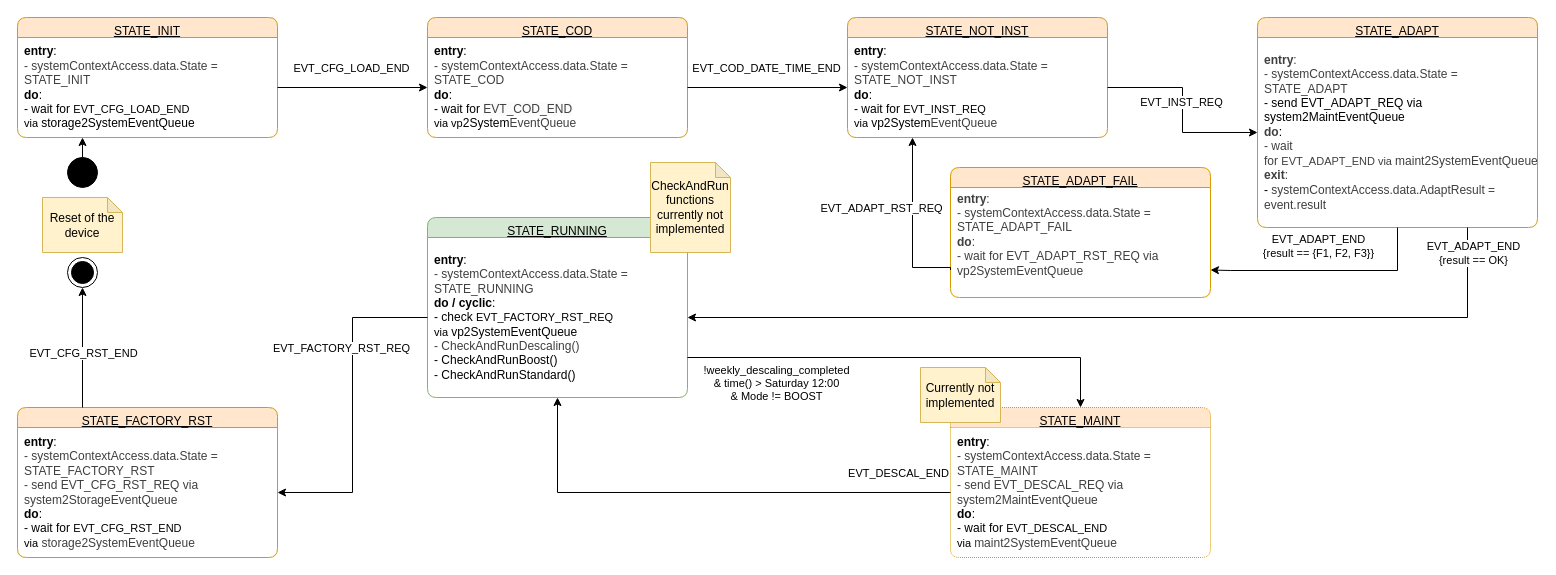
Above: software/diagrams/mt-rt-sw-system-task-state-machine.drawio in MiraTherm/miratherm-radiator-thermostat-documentation (draw.io), before the change. Source tidied: cells renumbered, new cells numbered last; positions are measured from the earlier drawing's top-left corner, leaving out a move shared by most shapes. Both pictures are drawn from the tidied source at 100%, with x=0, y=0 at pixel (17, 17).
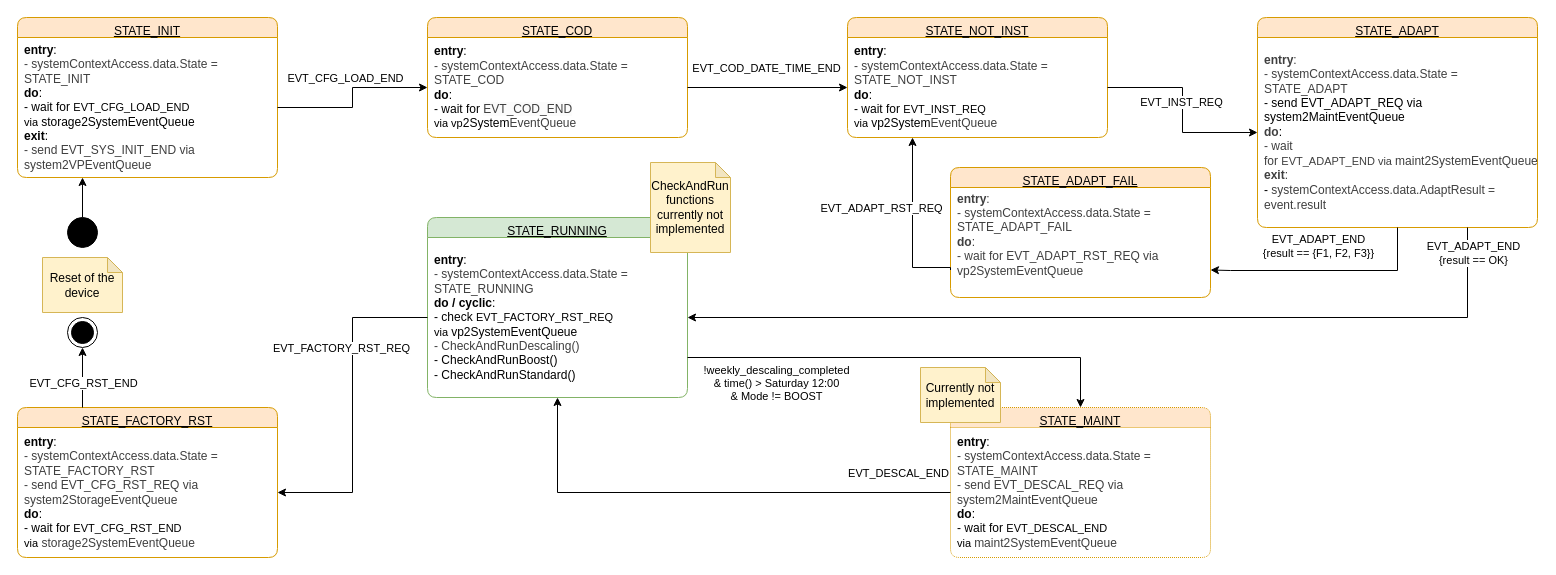
The same diagram, later.

Commit message:
:memo: Add missing exit-statement in STATE_INIT

Unchanged cells that the change refers to:
```xml
<mxCell id="18" value="STATE_FACTORY_RST" style="swimlane;fontStyle=4;align=center;verticalAlign=top;horizontal=1;startSize=20;html=1;rounded=1;absoluteArcSize=1;arcSize=18;whiteSpace=wrap;fillColor=#ffe6cc;strokeColor=#d79b00;" parent="1" vertex="1">
  <mxGeometry y="390" width="260" height="150" as="geometry" />
</mxCell>
<mxCell id="31" value="&lt;div&gt;&lt;b&gt;entry&lt;/b&gt;:&lt;br&gt;&lt;/div&gt;&lt;div&gt;&lt;span style=&quot;color: rgb(63, 63, 63);&quot;&gt;-&amp;nbsp;&lt;span style=&quot;color: rgb(63, 63, 63);&quot;&gt;systemContextAccess.data.State&lt;/span&gt;&amp;nbsp;= &lt;br&gt;STATE_COD&lt;/span&gt;&lt;br&gt;&lt;/div&gt;&lt;div&gt;&lt;b&gt;do&lt;/b&gt;:&lt;br&gt;- wait &lt;font&gt;for&amp;nbsp;&lt;span style=&quot;background-color: rgb(255, 255, 255); font-size: 11px; text-align: center; text-wrap-mode: nowrap; color: rgb(0, 0, 0);&quot;&gt;&lt;font&gt;&lt;span style=&quot;color: rgb(63, 63, 63); font-size: 12px; text-align: left; text-wrap-mode: wrap; background-color: rgb(251, 251, 251);&quot;&gt;EVT_COD_END&lt;/span&gt;&lt;br&gt;via&lt;/font&gt;&lt;/span&gt;&lt;span style=&quot;background-color: rgb(255, 255, 255); font-size: 11px; text-align: center; text-wrap-mode: nowrap; color: rgb(0, 0, 0);&quot;&gt;&amp;nbsp;vp&lt;/span&gt;&lt;/font&gt;&lt;span style=&quot;background-color: transparent;&quot;&gt;2System&lt;/span&gt;&lt;span style=&quot;color: rgb(63, 63, 63); background-color: transparent;&quot;&gt;Event&lt;/span&gt;&lt;span style=&quot;background-color: transparent; color: rgb(63, 63, 63);&quot;&gt;Queue&lt;/span&gt;&lt;/div&gt;" style="fillColor=none;strokeColor=none;align=left;verticalAlign=middle;spacingLeft=5;whiteSpace=wrap;html=1;" parent="30" vertex="1">
  <mxGeometry y="20" width="260" height="100" as="geometry" />
</mxCell>
```

What changed in the source:
```diff
@@
-    <mxCell id="2" value="STATE_INIT" style="swimlane;fontStyle=4;align=center;verticalAlign=top;horizontal=1;startSize=20;html=1;rounded=1;absoluteArcSize=1;arcSize=18;whiteSpace=wrap;fillColor=#ffe6cc;strokeColor=#d79b00;" parent="1" vertex="1">
-      <mxGeometry width="260" height="120" as="geometry" />
-    </mxCell>
-    <mxCell id="3" value="&lt;div&gt;&lt;b&gt;entry&lt;/b&gt;:&lt;br&gt;&lt;/div&gt;&lt;div&gt;&lt;span style=&quot;color: rgb(63, 63, 63);&quot;&gt;- systemContextAccess.data.State = STATE_INIT&lt;/span&gt;&lt;br&gt;&lt;/div&gt;&lt;div&gt;&lt;b&gt;do&lt;/b&gt;:&lt;br&gt;- wait &lt;font&gt;for&amp;nbsp;&lt;span style=&quot;background-color: rgb(255, 255, 255); font-size: 11px; text-align: center; text-wrap-mode: nowrap; color: rgb(0, 0, 0);&quot;&gt;&lt;font&gt;EVT_CFG_LOAD_END &lt;br&gt;via&lt;/font&gt;&lt;/span&gt;&lt;span style=&quot;background-color: rgb(255, 255, 255); font-size: 11px; text-align: center; text-wrap-mode: nowrap; color: rgb(0, 0, 0);&quot;&gt;&amp;nbsp;&lt;/span&gt;&lt;/font&gt;&lt;span style=&quot;background-color: transparent;&quot;&gt;&lt;font&gt;st&lt;/font&gt;orage2SystemEventQueue&lt;/span&gt;&lt;/div&gt;" style="fillColor=none;strokeColor=none;align=left;verticalAlign=middle;spacingLeft=5;whiteSpace=wrap;html=1;" parent="2" vertex="1">
-      <mxGeometry y="20" width="260" height="100" as="geometry" />
-    </mxCell>
-    <mxCell id="4" style="edgeStyle=orthogonalEdgeStyle;rounded=0;jettySize=auto;html=1;exitX=1;exitY=0.5;exitDx=0;exitDy=0;entryX=0;entryY=0.5;entryDx=0;entryDy=0;" parent="1" edge="1" source="3" target="31">
-      <mxGeometry relative="1" as="geometry" />
-    </mxCell>
+    <mxCell id="43" value="STATE_INIT" style="swimlane;fontStyle=4;align=center;verticalAlign=top;horizontal=1;startSize=20;html=1;rounded=1;absoluteArcSize=1;arcSize=18;whiteSpace=wrap;fillColor=#ffe6cc;strokeColor=#d79b00;" parent="1" vertex="1">
+      <mxGeometry width="260" height="160" as="geometry" />
+    </mxCell>
+    <mxCell id="44" value="&lt;div&gt;&lt;b&gt;entry&lt;/b&gt;:&lt;br&gt;&lt;/div&gt;&lt;div&gt;&lt;span style=&quot;color: rgb(63, 63, 63);&quot;&gt;- systemContextAccess.data.State = STATE_INIT&lt;/span&gt;&lt;br&gt;&lt;/div&gt;&lt;div&gt;&lt;b&gt;do&lt;/b&gt;:&lt;br&gt;- wait &lt;font&gt;for&amp;nbsp;&lt;span style=&quot;background-color: rgb(255, 255, 255); font-size: 11px; text-align: center; text-wrap-mode: nowrap; color: rgb(0, 0, 0);&quot;&gt;&lt;font&gt;EVT_CFG_LOAD_END &lt;br&gt;via&lt;/font&gt;&lt;/span&gt;&lt;span style=&quot;background-color: rgb(255, 255, 255); font-size: 11px; text-align: center; text-wrap-mode: nowrap; color: rgb(0, 0, 0);&quot;&gt;&amp;nbsp;&lt;/span&gt;&lt;/font&gt;&lt;span style=&quot;background-color: transparent;&quot;&gt;&lt;font&gt;st&lt;/font&gt;orage2SystemEventQueue&lt;/span&gt;&lt;/div&gt;&lt;div&gt;&lt;span style=&quot;background-color: transparent;&quot;&gt;&lt;b&gt;exit&lt;/b&gt;:&lt;/span&gt;&lt;/div&gt;&lt;div&gt;&lt;span style=&quot;color: rgb(63, 63, 63);&quot;&gt;- send EVT_SYS_INIT_END via system2VPEventQueue&lt;/span&gt;&lt;/div&gt;" style="fillColor=none;strokeColor=none;align=left;verticalAlign=middle;spacingLeft=5;whiteSpace=wrap;html=1;" parent="43" vertex="1">
+      <mxGeometry y="20" width="260" height="140" as="geometry" />
+    </mxCell>
+    <mxCell id="45" style="edgeStyle=orthogonalEdgeStyle;rounded=0;jettySize=auto;html=1;exitX=1;exitY=0.5;exitDx=0;exitDy=0;entryX=0;entryY=0.5;entryDx=0;entryDy=0;" parent="1" edge="1" source="44" target="31">
+      <mxGeometry relative="1" as="geometry" />
+    </mxCell>
-    <mxCell id="5" value="EVT_CFG_LOAD_END" style="edgeLabel;html=1;align=center;verticalAlign=middle;" parent="4" vertex="1">
+    <mxCell id="5" value="EVT_CFG_LOAD_END" style="edgeLabel;html=1;align=center;verticalAlign=middle;" parent="45" vertex="1">
       <mxGeometry x="0.04" y="3" relative="1" as="geometry">
         <mxPoint x="-5" y="-17" as="offset" />
       </mxGeometry>
     </mxCell>
@@
-    <mxCell id="28" style="edgeStyle=orthogonalEdgeStyle;rounded=0;jettySize=auto;html=1;exitX=0.5;exitY=0;exitDx=0;exitDy=0;entryX=0.25;entryY=1;entryDx=0;entryDy=0;" parent="1" edge="1" source="29" target="3">
-      <mxGeometry relative="1" as="geometry" />
-    </mxCell>
-    <mxCell id="29" style="ellipse;fillColor=strokeColor;html=1;" parent="1" vertex="1">
-      <mxGeometry x="50" y="140" width="30" height="30" as="geometry" />
-    </mxCell>
+    <mxCell id="46" style="edgeStyle=orthogonalEdgeStyle;rounded=0;jettySize=auto;html=1;exitX=0.5;exitY=0;exitDx=0;exitDy=0;entryX=0.25;entryY=1;entryDx=0;entryDy=0;" parent="1" edge="1" source="47" target="44">
+      <mxGeometry relative="1" as="geometry" />
+    </mxCell>
+    <mxCell id="47" style="ellipse;fillColor=strokeColor;html=1;" parent="1" vertex="1">
+      <mxGeometry x="50" y="200" width="30" height="30" as="geometry" />
+    </mxCell>
@@
-    <mxCell id="39" style="ellipse;html=1;shape=endState;fillColor=#000000;strokeColor=#000000;" parent="1" vertex="1">
-      <mxGeometry x="50" y="240" width="30" height="30" as="geometry" />
-    </mxCell>
-    <mxCell id="40" style="edgeStyle=orthogonalEdgeStyle;rounded=0;jettySize=auto;html=1;exitX=0.25;exitY=0;exitDx=0;exitDy=0;entryX=0.5;entryY=1;entryDx=0;entryDy=0;" parent="1" edge="1" source="18" target="39">
-      <mxGeometry relative="1" as="geometry" />
-    </mxCell>
+    <mxCell id="48" style="ellipse;html=1;shape=endState;fillColor=#000000;strokeColor=#000000;" parent="1" vertex="1">
+      <mxGeometry x="50" y="300" width="30" height="30" as="geometry" />
+    </mxCell>
+    <mxCell id="49" style="edgeStyle=orthogonalEdgeStyle;rounded=0;jettySize=auto;html=1;exitX=0.25;exitY=0;exitDx=0;exitDy=0;entryX=0.5;entryY=1;entryDx=0;entryDy=0;" parent="1" edge="1" source="18" target="48">
+      <mxGeometry relative="1" as="geometry" />
+    </mxCell>
-    <mxCell id="41" value="&lt;span style=&quot;color: rgb(0, 0, 0);&quot;&gt;EVT_CFG_RST_END&lt;/span&gt;" style="edgeLabel;html=1;align=center;verticalAlign=middle;" parent="40" vertex="1">
+    <mxCell id="41" value="&lt;span style=&quot;color: rgb(0, 0, 0);&quot;&gt;EVT_CFG_RST_END&lt;/span&gt;" style="edgeLabel;html=1;align=center;verticalAlign=middle;" parent="49" vertex="1">
       <mxGeometry x="-0.02" y="-2" relative="1" as="geometry">
         <mxPoint x="-2" y="4" as="offset" />
       </mxGeometry>
     </mxCell>
     <mxCell id="42" value="Reset of the device" style="shape=note;whiteSpace=wrap;html=1;backgroundOutline=1;darkOpacity=0.05;size=15;fillColor=#fff2cc;strokeColor=#d6b656;" parent="1" vertex="1">
-      <mxGeometry x="25" y="180" width="80" height="55" as="geometry" />
+      <mxGeometry x="25" y="240" width="80" height="55" as="geometry" />
     </mxCell>
-    <mxCell id="43" value="CheckAndRun functions currently not implemented" style="shape=note;whiteSpace=wrap;html=1;backgroundOutline=1;darkOpacity=0.05;size=15;fillColor=#fff2cc;strokeColor=#d6b656;" parent="1" vertex="1">
-      <mxGeometry x="633" y="145" width="80" height="90" as="geometry" />
-    </mxCell>
+    <mxCell id="50" value="CheckAndRun functions currently not implemented" style="shape=note;whiteSpace=wrap;html=1;backgroundOutline=1;darkOpacity=0.05;size=15;fillColor=#fff2cc;strokeColor=#d6b656;" parent="1" vertex="1">
+      <mxGeometry x="633" y="145" width="80" height="90" as="geometry" />
+    </mxCell>
```
